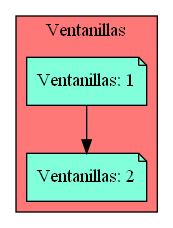
This is Simple_Windows.png from Serch-ING/EDD_UDRAWING_202000119, a Graphviz export, as it was before one commit. Its source is kept beside it as Simple_Windows.dot.
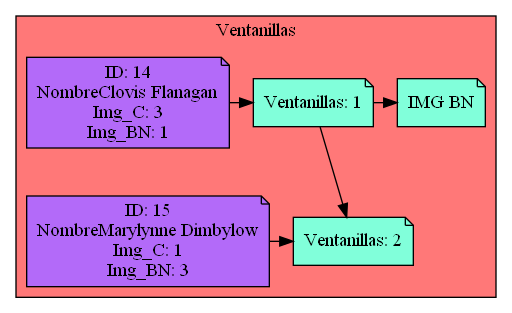
Later version of the same file.

The edit, as a diff of the source:
```diff
@@ -3,10 +3,24 @@
 subgraph cluster_p{
     label= " Ventanillas "
     bgcolor = "#FF7878"
-Nodo1882554559[label="Ventanillas: 1",fillcolor="#81FFDA",group=1]
-Nodo1049817027[label="Ventanillas: 2",fillcolor="#81FFDA",group=2]
+Nodo1661081225[label="Ventanillas: 1",fillcolor="#81FFDA",group=1]
+Nodo1882554559[label="Ventanillas: 2",fillcolor="#81FFDA",group=2]
 
-Nodo1882554559 -> Nodo1049817027
+Nodo1661081225 -> Nodo1882554559
 
-{rank=same;Nodo1882554559}
-{rank=same;Nodo1049817027}}}
+Cliente771775563[label="ID: 14
+NombreClovis Flanagan
+Img_C: 3
+Img_BN: 1",fillcolor="#B36AF9",group=1]
+Cliente771775563-> Nodo1661081225
+Nodo1332668132[label="IMG BN",fillcolor="#81FFDA"]
+
+Nodo1661081225 -> Nodo1332668132
+
+{rank=same;Nodo1661081225,Cliente771775563,Nodo1332668132}
+Cliente1147580192[label="ID: 15
+NombreMarylynne Dimbylow
+Img_C: 1
+Img_BN: 3",fillcolor="#B36AF9",group=2]
+Cliente1147580192-> Nodo1882554559
+{rank=same;Nodo1882554559,Cliente1147580192}}}
```
